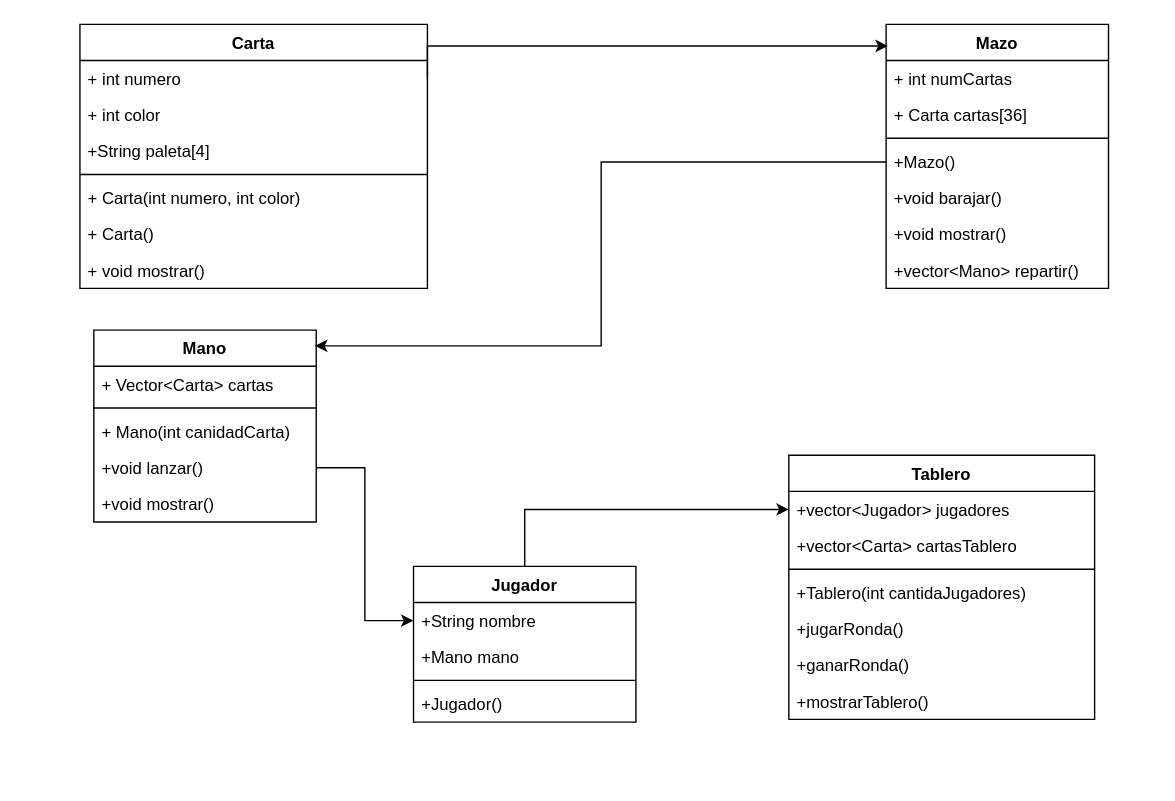
Samuel-ITM/test keeps this draw.io diagram as Diagrama sin título.drawio. Above is the earlier version. Source tidied: cells renumbered, new cells numbered last; positions are measured from the earlier drawing's top-left corner, leaving out a move shared by most shapes. Both pictures are drawn from the tidied source at 139%, with x=0, y=0 at pixel (79, 24).
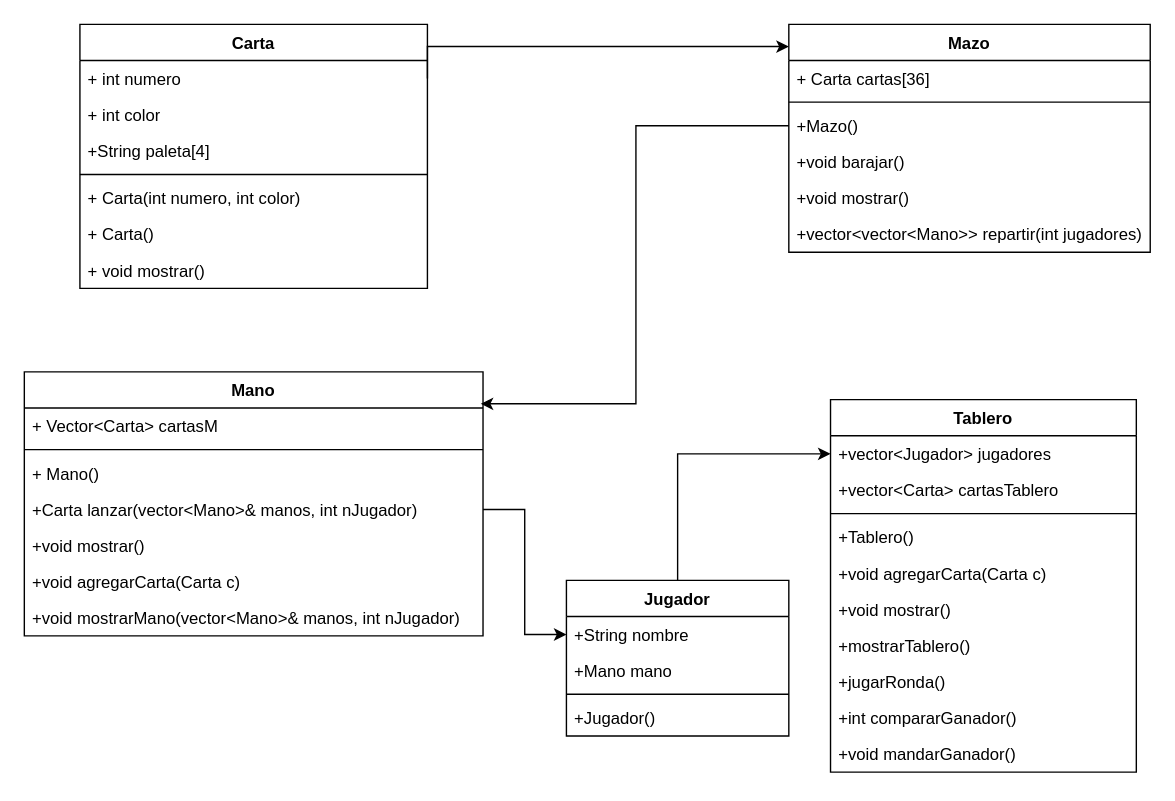
After the change.

Unchanged cells that the change refers to:
```xml
<mxCell id="3" value="+ int numero" style="text;strokeColor=none;fillColor=none;align=left;verticalAlign=top;spacingLeft=4;spacingRight=4;overflow=hidden;points=[[0,0.5],[1,0.5]];portConstraint=eastwest;whiteSpace=wrap;html=1;" parent="2" vertex="1">
  <mxGeometry y="26" width="250" height="26" as="geometry" />
</mxCell>
```

Diff of the diagram source:
```diff
@@
     <mxCell id="10" value="Mazo" style="swimlane;fontStyle=1;align=center;verticalAlign=top;horizontal=1;startSize=26;whiteSpace=wrap;html=1;" parent="1" vertex="1">
-      <mxGeometry x="580" width="160" height="190" as="geometry" />
+      <mxGeometry x="510" width="260" height="164" as="geometry" />
     </mxCell>
-    <mxCell id="11" value="+ int numCartas&lt;div&gt;&lt;br&gt;&lt;/div&gt;" style="text;strokeColor=none;fillColor=none;align=left;verticalAlign=top;spacingLeft=4;spacingRight=4;overflow=hidden;whiteSpace=wrap;html=1;" parent="10" vertex="1">
-      <mxGeometry y="26" width="160" height="26" as="geometry" />
-    </mxCell>
     <mxCell id="12" value="+ Carta cartas[36]" style="text;strokeColor=none;fillColor=none;align=left;verticalAlign=top;spacingLeft=4;spacingRight=4;overflow=hidden;whiteSpace=wrap;html=1;" parent="10" vertex="1">
-      <mxGeometry y="52" width="160" height="26" as="geometry" />
+      <mxGeometry y="26" width="260" height="26" as="geometry" />
     </mxCell>
     <mxCell id="13" style="line;strokeWidth=1;fillColor=none;align=left;verticalAlign=middle;spacingTop=-1;spacingLeft=3;spacingRight=3;labelPosition=right;strokeColor=inherit;" parent="10" vertex="1">
-      <mxGeometry y="78" width="160" height="8" as="geometry" />
+      <mxGeometry y="52" width="260" height="8" as="geometry" />
     </mxCell>
     <mxCell id="14" value="+Mazo()" style="text;strokeColor=none;fillColor=none;align=left;verticalAlign=top;spacingLeft=4;spacingRight=4;overflow=hidden;points=[[0,0.5],[1,0.5]];portConstraint=eastwest;whiteSpace=wrap;html=1;" parent="10" vertex="1">
-      <mxGeometry y="86" width="160" height="26" as="geometry" />
+      <mxGeometry y="60" width="260" height="26" as="geometry" />
     </mxCell>
     <mxCell id="15" value="+void barajar()" style="text;strokeColor=none;fillColor=none;align=left;verticalAlign=top;spacingLeft=4;spacingRight=4;overflow=hidden;whiteSpace=wrap;html=1;" parent="10" vertex="1">
-      <mxGeometry y="112" width="160" height="26" as="geometry" />
+      <mxGeometry y="86" width="260" height="26" as="geometry" />
     </mxCell>
     <mxCell id="16" value="+void mostrar()" style="text;strokeColor=none;fillColor=none;align=left;verticalAlign=top;spacingLeft=4;spacingRight=4;overflow=hidden;whiteSpace=wrap;html=1;" parent="10" vertex="1">
-      <mxGeometry y="138" width="160" height="26" as="geometry" />
+      <mxGeometry y="112" width="260" height="26" as="geometry" />
     </mxCell>
-    <mxCell id="17" value="+vector&amp;lt;Mano&amp;gt; repartir()" style="text;strokeColor=none;fillColor=none;align=left;verticalAlign=top;spacingLeft=4;spacingRight=4;overflow=hidden;whiteSpace=wrap;html=1;" parent="10" vertex="1">
-      <mxGeometry y="164" width="160" height="26" as="geometry" />
+    <mxCell id="17" value="+vector&amp;lt;vector&amp;lt;Mano&amp;gt;&amp;gt; repartir(int jugadores)" style="text;strokeColor=none;fillColor=none;align=left;verticalAlign=top;spacingLeft=4;spacingRight=4;overflow=hidden;whiteSpace=wrap;html=1;" parent="10" vertex="1">
+      <mxGeometry y="138" width="260" height="26" as="geometry" />
     </mxCell>
@@
     <mxCell id="19" value="Jugador" style="swimlane;fontStyle=1;align=center;verticalAlign=top;horizontal=1;startSize=26;whiteSpace=wrap;html=1;" parent="1" vertex="1">
-      <mxGeometry x="240" y="390" width="160" height="112" as="geometry" />
+      <mxGeometry x="350" y="400" width="160" height="112" as="geometry" />
     </mxCell>
@@
     <mxCell id="24" value="Mano" style="swimlane;fontStyle=1;align=center;verticalAlign=top;horizontal=1;startSize=26;whiteSpace=wrap;html=1;" parent="1" vertex="1">
-      <mxGeometry x="10" y="220" width="160" height="138" as="geometry" />
+      <mxGeometry x="-40" y="250" width="330" height="190" as="geometry" />
     </mxCell>
-    <mxCell id="25" value="+ Vector&amp;lt;Carta&amp;gt; cartas" style="text;strokeColor=none;fillColor=none;align=left;verticalAlign=top;spacingLeft=4;spacingRight=4;overflow=hidden;points=[[0,0.5],[1,0.5]];portConstraint=eastwest;whiteSpace=wrap;html=1;" parent="24" vertex="1">
-      <mxGeometry y="26" width="160" height="26" as="geometry" />
+    <mxCell id="25" value="+ Vector&amp;lt;Carta&amp;gt; cartasM" style="text;strokeColor=none;fillColor=none;align=left;verticalAlign=top;spacingLeft=4;spacingRight=4;overflow=hidden;points=[[0,0.5],[1,0.5]];portConstraint=eastwest;whiteSpace=wrap;html=1;" parent="24" vertex="1">
+      <mxGeometry y="26" width="330" height="26" as="geometry" />
     </mxCell>
     <mxCell id="26" style="line;strokeWidth=1;fillColor=none;align=left;verticalAlign=middle;spacingTop=-1;spacingLeft=3;spacingRight=3;labelPosition=right;strokeColor=inherit;" parent="24" vertex="1">
-      <mxGeometry y="52" width="160" height="8" as="geometry" />
+      <mxGeometry y="52" width="330" height="8" as="geometry" />
     </mxCell>
-    <mxCell id="27" value="+ Mano(int canidadCarta)" style="text;strokeColor=none;fillColor=none;align=left;verticalAlign=top;spacingLeft=4;spacingRight=4;overflow=hidden;whiteSpace=wrap;html=1;" parent="24" vertex="1">
-      <mxGeometry y="60" width="160" height="26" as="geometry" />
+    <mxCell id="27" value="+ Mano()" style="text;strokeColor=none;fillColor=none;align=left;verticalAlign=top;spacingLeft=4;spacingRight=4;overflow=hidden;whiteSpace=wrap;html=1;" parent="24" vertex="1">
+      <mxGeometry y="60" width="330" height="26" as="geometry" />
     </mxCell>
-    <mxCell id="28" value="+void lanzar()" style="text;strokeColor=none;fillColor=none;align=left;verticalAlign=top;spacingLeft=4;spacingRight=4;overflow=hidden;points=[[0,0.5],[1,0.5]];portConstraint=eastwest;whiteSpace=wrap;html=1;" parent="24" vertex="1">
-      <mxGeometry y="86" width="160" height="26" as="geometry" />
+    <mxCell id="28" value="+Carta lanzar(vector&amp;lt;Mano&amp;gt;&amp;amp; manos, int nJugador)" style="text;strokeColor=none;fillColor=none;align=left;verticalAlign=top;spacingLeft=4;spacingRight=4;overflow=hidden;points=[[0,0.5],[1,0.5]];portConstraint=eastwest;whiteSpace=wrap;html=1;" parent="24" vertex="1">
+      <mxGeometry y="86" width="330" height="26" as="geometry" />
     </mxCell>
     <mxCell id="29" value="+void mostrar()" style="text;strokeColor=none;fillColor=none;align=left;verticalAlign=top;spacingLeft=4;spacingRight=4;overflow=hidden;whiteSpace=wrap;html=1;" parent="24" vertex="1">
-      <mxGeometry y="112" width="160" height="26" as="geometry" />
+      <mxGeometry y="112" width="330" height="26" as="geometry" />
     </mxCell>
+    <mxCell id="41" value="+void agregarCarta(Carta c)" style="text;strokeColor=none;fillColor=none;align=left;verticalAlign=top;spacingLeft=4;spacingRight=4;overflow=hidden;whiteSpace=wrap;html=1;" parent="24" vertex="1">
+      <mxGeometry y="138" width="330" height="26" as="geometry" />
+    </mxCell>
+    <mxCell id="42" value="+void mostrarMano(vector&amp;lt;Mano&amp;gt;&amp;amp; manos, int nJugador)" style="text;strokeColor=none;fillColor=none;align=left;verticalAlign=top;spacingLeft=4;spacingRight=4;overflow=hidden;whiteSpace=wrap;html=1;" parent="24" vertex="1">
+      <mxGeometry y="164" width="330" height="26" as="geometry" />
+    </mxCell>
-    <mxCell id="30" style="edgeStyle=orthogonalEdgeStyle;rounded=0;jettySize=auto;html=1;exitX=1;exitY=0.5;exitDx=0;exitDy=0;entryX=0.008;entryY=0.082;entryDx=0;entryDy=0;entryPerimeter=0;" parent="1" edge="1" source="3" target="10">
+    <mxCell id="30" style="edgeStyle=orthogonalEdgeStyle;rounded=0;jettySize=auto;html=1;exitX=1;exitY=0.5;exitDx=0;exitDy=0;" parent="1" edge="1" source="3" target="10">
       <mxGeometry relative="1" as="geometry">
         <Array as="points">
           <mxPoint x="250" y="16" />
         </Array>
       </mxGeometry>
     </mxCell>
@@
     <mxCell id="32" value="Tablero" style="swimlane;fontStyle=1;align=center;verticalAlign=top;horizontal=1;startSize=26;whiteSpace=wrap;html=1;" parent="1" vertex="1">
-      <mxGeometry x="510" y="310" width="220" height="190" as="geometry" />
+      <mxGeometry x="540" y="270" width="220" height="268" as="geometry" />
     </mxCell>
@@
-    <mxCell id="36" value="+Tablero(int cantidaJugadores)" style="text;strokeColor=none;fillColor=none;align=left;verticalAlign=top;spacingLeft=4;spacingRight=4;overflow=hidden;whiteSpace=wrap;html=1;" parent="32" vertex="1">
+    <mxCell id="36" value="+Tablero()" style="text;strokeColor=none;fillColor=none;align=left;verticalAlign=top;spacingLeft=4;spacingRight=4;overflow=hidden;whiteSpace=wrap;html=1;" parent="32" vertex="1">
       <mxGeometry y="86" width="220" height="26" as="geometry" />
     </mxCell>
+    <mxCell id="43" value="+void agregarCarta(Carta c)" style="text;strokeColor=none;fillColor=none;align=left;verticalAlign=top;spacingLeft=4;spacingRight=4;overflow=hidden;whiteSpace=wrap;html=1;" parent="32" vertex="1">
+      <mxGeometry y="112" width="220" height="26" as="geometry" />
+    </mxCell>
+    <mxCell id="44" value="+void mostrar()" style="text;strokeColor=none;fillColor=none;align=left;verticalAlign=top;spacingLeft=4;spacingRight=4;overflow=hidden;whiteSpace=wrap;html=1;" parent="32" vertex="1">
+      <mxGeometry y="138" width="220" height="26" as="geometry" />
+    </mxCell>
+    <mxCell id="39" value="+mostrarTablero()" style="text;strokeColor=none;fillColor=none;align=left;verticalAlign=top;spacingLeft=4;spacingRight=4;overflow=hidden;whiteSpace=wrap;html=1;" parent="32" vertex="1">
+      <mxGeometry y="164" width="220" height="26" as="geometry" />
+    </mxCell>
     <mxCell id="37" value="+jugarRonda()" style="text;strokeColor=none;fillColor=none;align=left;verticalAlign=top;spacingLeft=4;spacingRight=4;overflow=hidden;whiteSpace=wrap;html=1;" parent="32" vertex="1">
-      <mxGeometry y="112" width="220" height="26" as="geometry" />
+      <mxGeometry y="190" width="220" height="26" as="geometry" />
     </mxCell>
+    <mxCell id="45" value="+int compararGanador()" style="text;strokeColor=none;fillColor=none;align=left;verticalAlign=top;spacingLeft=4;spacingRight=4;overflow=hidden;whiteSpace=wrap;html=1;" parent="32" vertex="1">
+      <mxGeometry y="216" width="220" height="26" as="geometry" />
+    </mxCell>
-    <mxCell id="38" value="+ganarRonda()" style="text;strokeColor=none;fillColor=none;align=left;verticalAlign=top;spacingLeft=4;spacingRight=4;overflow=hidden;whiteSpace=wrap;html=1;" parent="32" vertex="1">
-      <mxGeometry y="138" width="220" height="26" as="geometry" />
+    <mxCell id="38" value="+void mandarGanador()" style="text;strokeColor=none;fillColor=none;align=left;verticalAlign=top;spacingLeft=4;spacingRight=4;overflow=hidden;whiteSpace=wrap;html=1;" parent="32" vertex="1">
+      <mxGeometry y="242" width="220" height="26" as="geometry" />
     </mxCell>
-    <mxCell id="39" value="+mostrarTablero()" style="text;strokeColor=none;fillColor=none;align=left;verticalAlign=top;spacingLeft=4;spacingRight=4;overflow=hidden;whiteSpace=wrap;html=1;" parent="32" vertex="1">
-      <mxGeometry y="164" width="220" height="26" as="geometry" />
-    </mxCell>
-    <mxCell id="40" style="edgeStyle=orthogonalEdgeStyle;rounded=0;jettySize=auto;html=1;exitX=0;exitY=0.5;exitDx=0;exitDy=0;entryX=0.994;entryY=0.082;entryDx=0;entryDy=0;entryPerimeter=0;" parent="1" edge="1" source="14" target="24">
-      <mxGeometry relative="1" as="geometry" />
-    </mxCell>
+    <mxCell id="46" style="edgeStyle=orthogonalEdgeStyle;rounded=0;jettySize=auto;html=1;entryX=0.995;entryY=-0.115;entryDx=0;entryDy=0;entryPerimeter=0;" parent="1" edge="1" source="14" target="25">
+      <mxGeometry relative="1" as="geometry" />
+    </mxCell>
```
